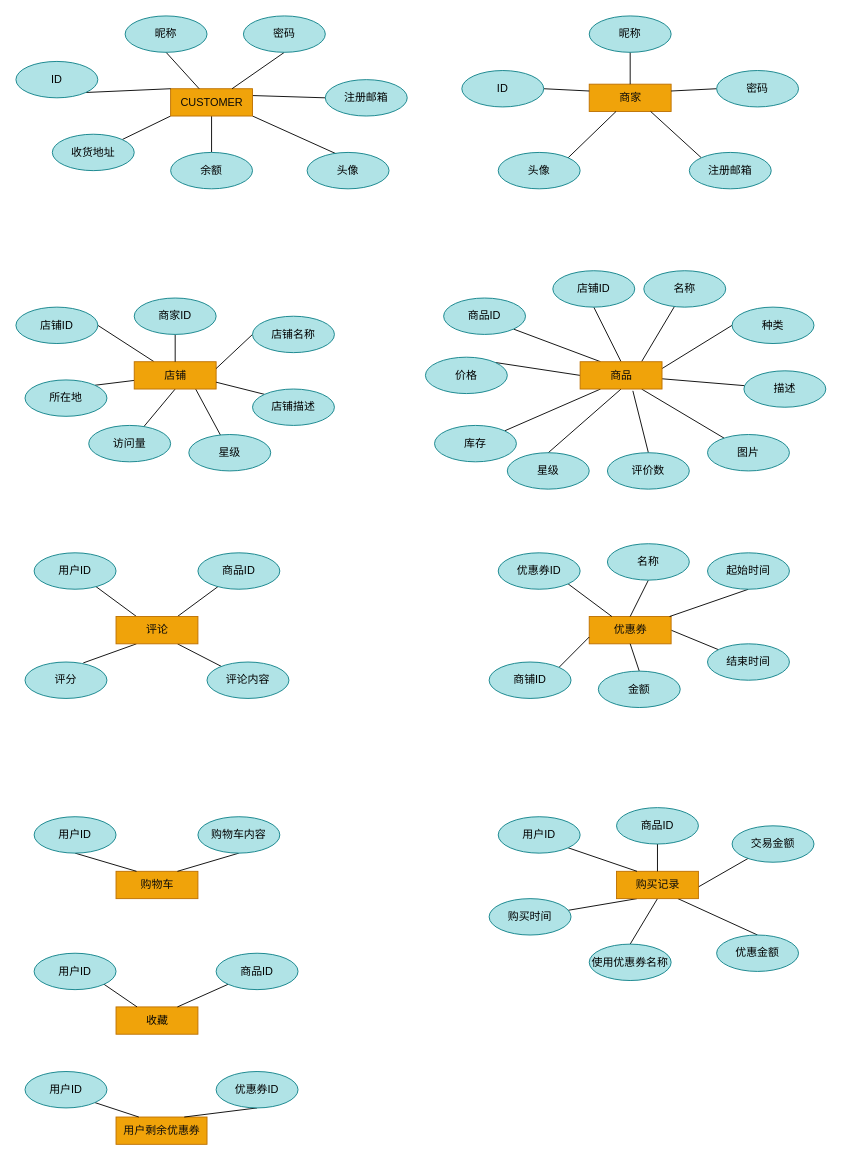
Above: page "Page-3" (3 of 3) of Untitled Diagram.drawio in Anlarry/TaoQi (draw.io), before the change. Source tidied: cells renumbered, new cells numbered last; positions are measured from the earlier drawing's top-left corner, leaving out a move shared by most shapes. Both pictures are drawn from the tidied source at 91%, with x=0, y=0 at pixel (15, 15).
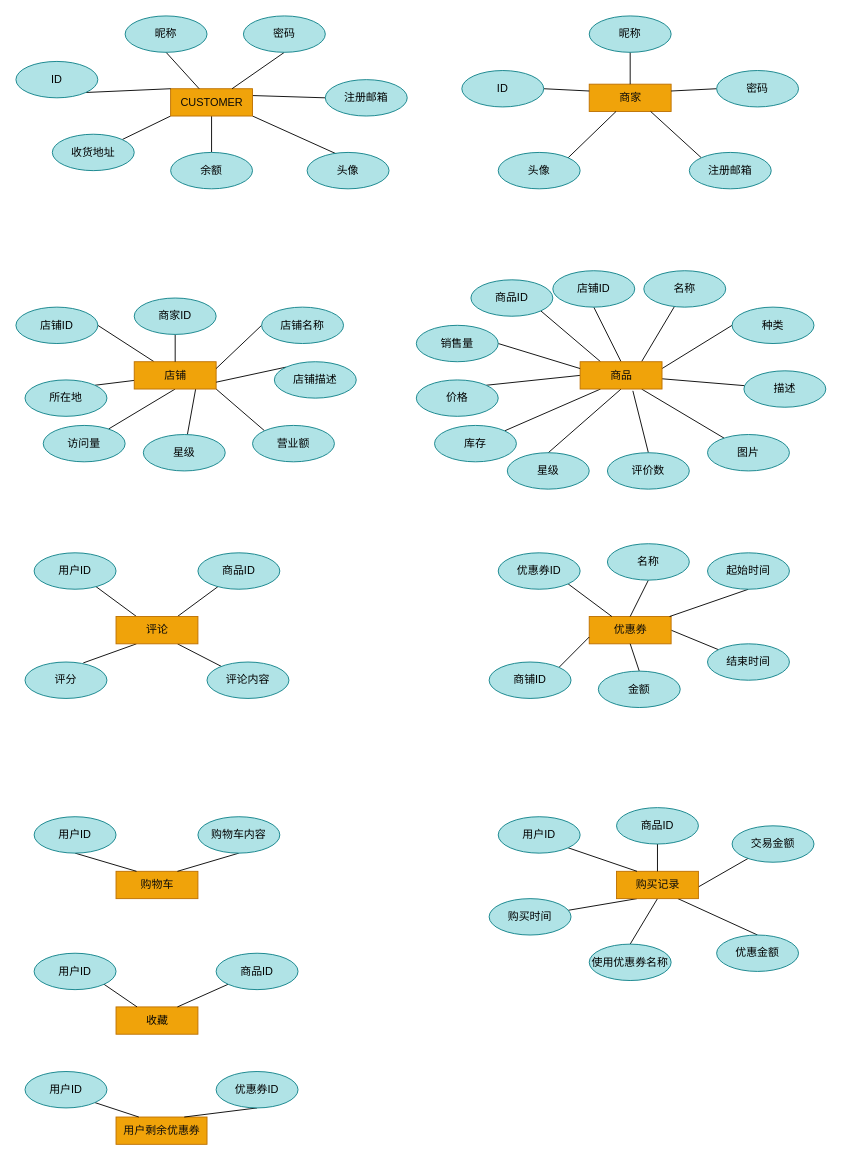
Above is the later version.

Unchanged cells that the change refers to:
```xml
<mxCell id="34" value="&lt;font color=&quot;#0A0A0A&quot;&gt;店铺&lt;/font&gt;" style="html=1;dashed=0;whitespace=wrap;fillColor=#f0a30a;strokeColor=#BD7000;fontColor=#ffffff;" parent="1" vertex="1">
  <mxGeometry x="130" y="380" width="90" height="30" as="geometry" />
</mxCell>
<mxCell id="50" value="&lt;font color=&quot;#0A0A0A&quot;&gt;商品&lt;/font&gt;" style="html=1;dashed=0;whitespace=wrap;fillColor=#f0a30a;strokeColor=#BD7000;fontColor=#ffffff;" parent="1" vertex="1">
  <mxGeometry x="620" y="380" width="90" height="30" as="geometry" />
</mxCell>
```

Change to the diagram source:
```diff
@@
+    <mxCell id="114" style="rounded=0;jettySize=auto;html=1;exitX=1;exitY=1;exitDx=0;exitDy=0;entryX=0;entryY=0;entryDx=0;entryDy=0;startArrow=none;startFill=0;endArrow=none;endFill=0;" parent="1" edge="1" source="34" target="115">
+      <mxGeometry relative="1" as="geometry" />
+    </mxCell>
@@
     <mxCell id="38" value="店铺名称" style="ellipse;whiteSpace=wrap;html=1;fillColor=#b0e3e6;strokeColor=#0e8088;" parent="1" vertex="1">
-      <mxGeometry x="260" y="330" width="90" height="40" as="geometry" />
+      <mxGeometry x="270" y="320" width="90" height="40" as="geometry" />
     </mxCell>
@@
     <mxCell id="40" value="店铺描述" style="ellipse;whiteSpace=wrap;html=1;fillColor=#b0e3e6;strokeColor=#0e8088;" parent="1" vertex="1">
-      <mxGeometry x="260" y="410" width="90" height="40" as="geometry" />
+      <mxGeometry x="284" y="380" width="90" height="40" as="geometry" />
     </mxCell>
@@
     <mxCell id="52" value="商品ID" style="ellipse;whiteSpace=wrap;html=1;fillColor=#b0e3e6;strokeColor=#0e8088;" parent="1" vertex="1">
-      <mxGeometry x="470" y="310" width="90" height="40" as="geometry" />
+      <mxGeometry x="500" y="290" width="90" height="40" as="geometry" />
     </mxCell>
@@
     <mxCell id="55" value="价格" style="ellipse;whiteSpace=wrap;html=1;fillColor=#b0e3e6;strokeColor=#0e8088;" parent="1" vertex="1">
-      <mxGeometry x="450" y="375" width="90" height="40" as="geometry" />
+      <mxGeometry x="440" y="400" width="90" height="40" as="geometry" />
     </mxCell>
@@
     <mxCell id="59" value="访问量" style="ellipse;whiteSpace=wrap;html=1;fillColor=#b0e3e6;strokeColor=#0e8088;" parent="1" vertex="1">
-      <mxGeometry x="80" y="450" width="90" height="40" as="geometry" />
+      <mxGeometry x="30" y="450" width="90" height="40" as="geometry" />
     </mxCell>
     <mxCell id="60" value="星级" style="ellipse;whiteSpace=wrap;html=1;fillColor=#b0e3e6;strokeColor=#0e8088;" parent="1" vertex="1">
-      <mxGeometry x="190" y="460" width="90" height="40" as="geometry" />
+      <mxGeometry x="140" y="460" width="90" height="40" as="geometry" />
     </mxCell>
@@
+    <mxCell id="115" value="&lt;div&gt;营业额&lt;/div&gt;" style="ellipse;whiteSpace=wrap;html=1;fillColor=#b0e3e6;strokeColor=#0e8088;" parent="1" vertex="1">
+      <mxGeometry x="260" y="450" width="90" height="40" as="geometry" />
+    </mxCell>
+    <mxCell id="116" style="edgeStyle=none;rounded=0;jettySize=auto;html=1;exitX=1;exitY=0.5;exitDx=0;exitDy=0;entryX=0;entryY=0.25;entryDx=0;entryDy=0;startArrow=none;startFill=0;endArrow=none;endFill=0;" parent="1" edge="1" source="117" target="50">
+      <mxGeometry relative="1" as="geometry" />
+    </mxCell>
+    <mxCell id="117" value="销售量" style="ellipse;whiteSpace=wrap;html=1;fillColor=#b0e3e6;strokeColor=#0e8088;" parent="1" vertex="1">
+      <mxGeometry x="440" y="340" width="90" height="40" as="geometry" />
+    </mxCell>
```
